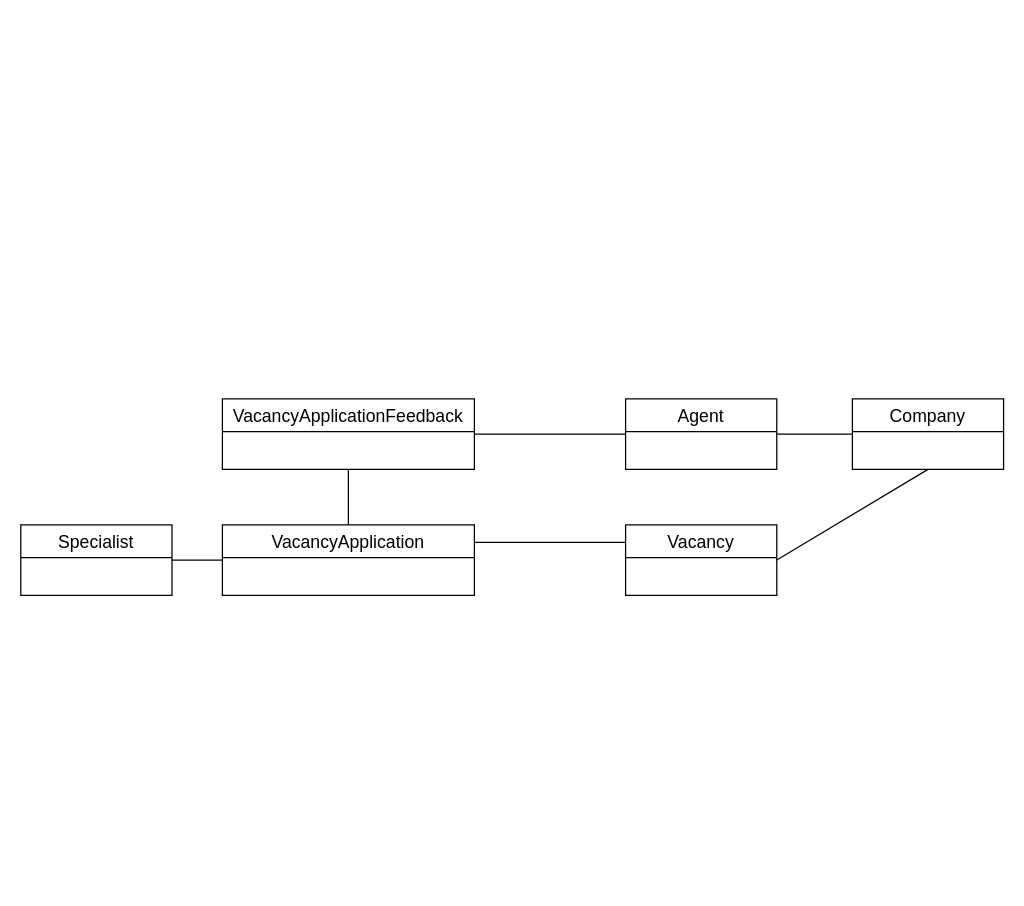
This is docs/BricsSocial_Domain.drawio from BricsSocial/BricsSocial-server, a draw.io file, before an edit. Source tidied: cells renumbered, new cells numbered last; positions are measured from the earlier drawing's top-left corner, leaving out a move shared by most shapes. Both pictures are drawn from the tidied source at 126%, with x=0, y=0 at pixel (20, 398).
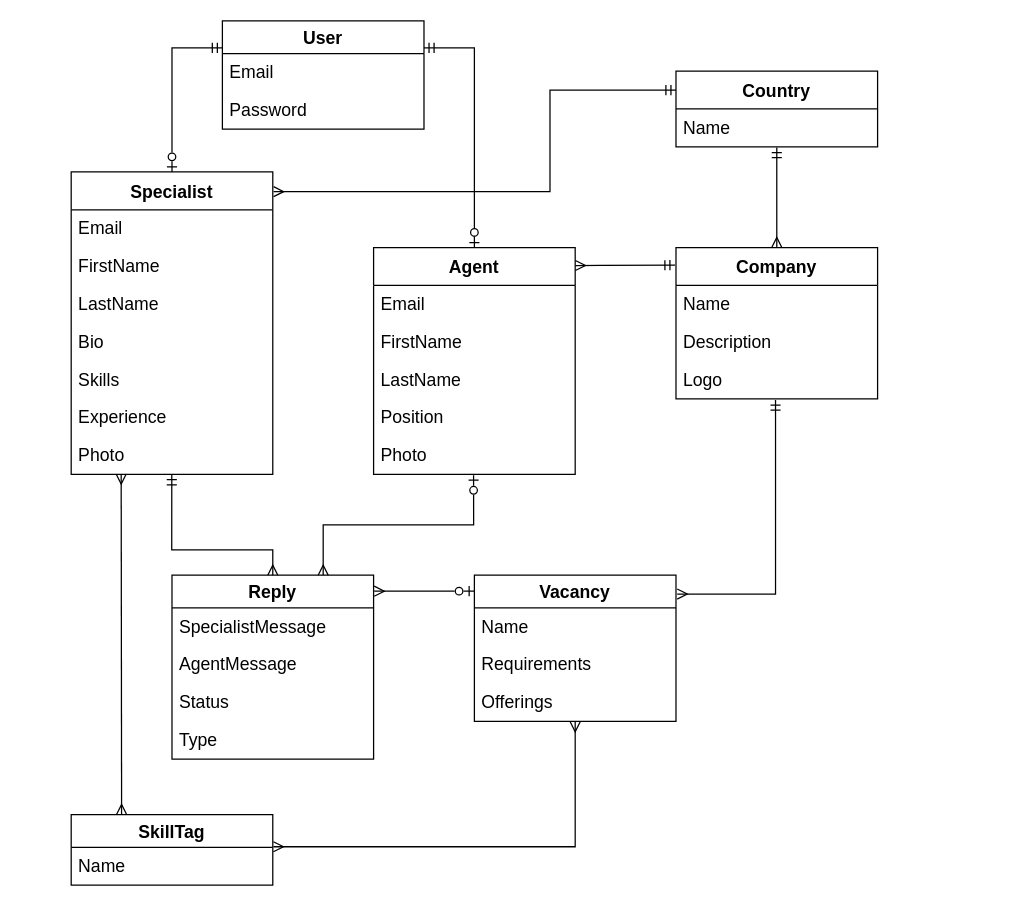
After the change.

What changed in the source:
```diff
@@
-    <mxCell id="0" />
-    <mxCell id="1" parent="0" />
+    <mxCell id="14" />
+    <mxCell id="15" parent="14" />
-    <mxCell id="2" value="Specialist" style="swimlane;fontStyle=0;horizontal=1;startSize=26;align=center;fontSize=14;" parent="1" vertex="1">
-      <mxGeometry y="100" width="120" height="56" as="geometry" />
+    <mxCell id="2" value="Specialist" style="swimlane;fontStyle=1;horizontal=1;startSize=30;align=center;fontSize=14;" parent="15" vertex="1">
+      <mxGeometry x="40" y="-180" width="160" height="240" as="geometry" />
     </mxCell>
+    <mxCell id="16" value="Email" style="text;strokeColor=none;fillColor=none;spacingLeft=4;spacingRight=4;overflow=hidden;fontSize=14;" parent="2" vertex="1">
+      <mxGeometry y="30" width="160" height="30" as="geometry" />
+    </mxCell>
+    <mxCell id="17" value="FirstName" style="text;strokeColor=none;fillColor=none;spacingLeft=4;spacingRight=4;overflow=hidden;fontSize=14;" parent="2" vertex="1">
+      <mxGeometry y="60" width="160" height="30" as="geometry" />
+    </mxCell>
+    <mxCell id="18" value="LastName" style="text;strokeColor=none;fillColor=none;spacingLeft=4;spacingRight=4;overflow=hidden;fontSize=14;" parent="2" vertex="1">
+      <mxGeometry y="90" width="160" height="30" as="geometry" />
+    </mxCell>
+    <mxCell id="19" value="Bio" style="text;strokeColor=none;fillColor=none;spacingLeft=4;spacingRight=4;overflow=hidden;fontSize=14;" parent="2" vertex="1">
+      <mxGeometry y="120" width="160" height="30" as="geometry" />
+    </mxCell>
+    <mxCell id="20" value="Skills" style="text;strokeColor=none;fillColor=none;spacingLeft=4;spacingRight=4;overflow=hidden;fontSize=14;" parent="2" vertex="1">
+      <mxGeometry y="150" width="160" height="30" as="geometry" />
+    </mxCell>
+    <mxCell id="21" value="Experience" style="text;strokeColor=none;fillColor=none;spacingLeft=4;spacingRight=4;overflow=hidden;fontSize=14;" parent="2" vertex="1">
+      <mxGeometry y="180" width="160" height="30" as="geometry" />
+    </mxCell>
+    <mxCell id="22" value="Photo" style="text;spacingLeft=4;spacingRight=4;overflow=hidden;points=[[0,0.5],[1,0.5]];portConstraint=eastwest;fontSize=14;" parent="2" vertex="1">
+      <mxGeometry y="210" width="160" height="30" as="geometry" />
+    </mxCell>
+    <mxCell id="6" value="Agent" style="swimlane;fontStyle=1;horizontal=1;startSize=30;align=center;fontSize=14;" parent="15" vertex="1">
+      <mxGeometry x="280" y="-120" width="160" height="180" as="geometry" />
+    </mxCell>
+    <mxCell id="23" value="Email" style="text;strokeColor=none;fillColor=none;spacingLeft=4;spacingRight=4;overflow=hidden;fontSize=14;" parent="6" vertex="1">
+      <mxGeometry y="30" width="160" height="30" as="geometry" />
+    </mxCell>
+    <mxCell id="24" value="FirstName" style="text;strokeColor=none;fillColor=none;spacingLeft=4;spacingRight=4;overflow=hidden;fontSize=14;" parent="6" vertex="1">
+      <mxGeometry y="60" width="160" height="30" as="geometry" />
+    </mxCell>
+    <mxCell id="25" value="LastName" style="text;strokeColor=none;fillColor=none;spacingLeft=4;spacingRight=4;overflow=hidden;fontSize=14;" parent="6" vertex="1">
+      <mxGeometry y="90" width="160" height="30" as="geometry" />
+    </mxCell>
+    <mxCell id="26" value="Position" style="text;spacingLeft=4;spacingRight=4;overflow=hidden;fontSize=14;" parent="6" vertex="1">
+      <mxGeometry y="120" width="160" height="30" as="geometry" />
+    </mxCell>
+    <mxCell id="27" value="Photo" style="text;spacingLeft=4;spacingRight=4;overflow=hidden;points=[[0,0.5],[1,0.5]];portConstraint=eastwest;fontSize=14;" parent="6" vertex="1">
+      <mxGeometry y="150" width="160" height="30" as="geometry" />
+    </mxCell>
+    <mxCell id="28" value="User" style="swimlane;fontStyle=1;horizontal=1;startSize=26;align=center;fontSize=14;" parent="15" vertex="1">
+      <mxGeometry x="160" y="-300" width="160" height="86" as="geometry" />
+    </mxCell>
+    <mxCell id="29" value="Email" style="text;spacingLeft=4;spacingRight=4;overflow=hidden;fontSize=14;" parent="28" vertex="1">
+      <mxGeometry y="26" width="160" height="30" as="geometry" />
+    </mxCell>
+    <mxCell id="30" value="Password" style="text;spacingLeft=4;spacingRight=4;overflow=hidden;fontSize=14;" parent="28" vertex="1">
+      <mxGeometry y="56" width="160" height="30" as="geometry" />
+    </mxCell>
+    <mxCell id="7" value="Company" style="swimlane;fontStyle=1;horizontal=1;startSize=30;align=center;fontSize=14;" parent="15" vertex="1">
+      <mxGeometry x="520" y="-120" width="160" height="120" as="geometry" />
+    </mxCell>
+    <mxCell id="31" value="Name" style="text;spacingLeft=4;spacingRight=4;overflow=hidden;fontSize=14;" parent="7" vertex="1">
+      <mxGeometry y="30" width="160" height="30" as="geometry" />
+    </mxCell>
+    <mxCell id="32" value="Description" style="text;spacingLeft=4;spacingRight=4;overflow=hidden;fontSize=14;" parent="7" vertex="1">
+      <mxGeometry y="60" width="160" height="30" as="geometry" />
+    </mxCell>
+    <mxCell id="33" value="Logo" style="text;spacingLeft=4;spacingRight=4;overflow=hidden;points=[[0,0.5],[1,0.5]];portConstraint=eastwest;fontSize=14;" parent="7" vertex="1">
+      <mxGeometry y="90" width="160" height="30" as="geometry" />
+    </mxCell>
-    <mxCell id="3" value="Vacancy" style="swimlane;fontStyle=0;horizontal=1;startSize=26;align=center;fontSize=14;" parent="1" vertex="1">
-      <mxGeometry x="480" y="100" width="120" height="56" as="geometry" />
+    <mxCell id="3" value="Vacancy" style="swimlane;fontStyle=1;horizontal=1;startSize=26;align=center;fontSize=14;swimlaneFillColor=none;" parent="15" vertex="1">
+      <mxGeometry x="360" y="140" width="160" height="116" as="geometry" />
     </mxCell>
-    <mxCell id="4" value="VacancyApplication" style="swimlane;fontStyle=0;horizontal=1;startSize=26;align=center;fontSize=14;" parent="1" vertex="1">
-      <mxGeometry x="160" y="100" width="200" height="56" as="geometry" />
-    </mxCell>
-    <mxCell id="5" value="VacancyApplicationFeedback" style="swimlane;fontStyle=0;horizontal=1;startSize=26;align=center;fontSize=14;" parent="1" vertex="1">
-      <mxGeometry x="160" width="200" height="56" as="geometry" />
-    </mxCell>
-    <mxCell id="6" value="Agent" style="swimlane;fontStyle=0;horizontal=1;startSize=26;align=center;fontSize=14;" parent="1" vertex="1">
-      <mxGeometry x="480" width="120" height="56" as="geometry" />
-    </mxCell>
-    <mxCell id="7" value="Company" style="swimlane;fontStyle=0;horizontal=1;startSize=26;align=center;fontSize=14;" parent="1" vertex="1">
-      <mxGeometry x="660" width="120" height="56" as="geometry" />
-    </mxCell>
-    <mxCell id="8" style="endArrow=none;html=1;rounded=0;exitX=1;exitY=0.25;exitDx=0;exitDy=0;entryX=0;entryY=0.25;entryDx=0;entryDy=0;" parent="1" edge="1" source="4" target="3">
-      <mxGeometry relative="1" as="geometry" />
-    </mxCell>
-    <mxCell id="9" style="endArrow=none;html=1;rounded=0;exitX=1;exitY=0.5;exitDx=0;exitDy=0;entryX=0;entryY=0.5;entryDx=0;entryDy=0;" parent="1" edge="1" source="2" target="4">
-      <mxGeometry relative="1" as="geometry" />
-    </mxCell>
-    <mxCell id="10" style="endArrow=none;html=1;rounded=0;exitX=0.5;exitY=1;exitDx=0;exitDy=0;entryX=0.5;entryY=0;entryDx=0;entryDy=0;" parent="1" edge="1" source="5" target="4">
-      <mxGeometry relative="1" as="geometry" />
-    </mxCell>
-    <mxCell id="11" style="endArrow=none;html=1;rounded=0;exitX=1;exitY=0.5;exitDx=0;exitDy=0;entryX=0;entryY=0.5;entryDx=0;entryDy=0;" parent="1" edge="1" source="5" target="6">
-      <mxGeometry relative="1" as="geometry" />
-    </mxCell>
+    <mxCell id="34" value="Name" style="text;spacingLeft=4;spacingRight=4;overflow=hidden;fontSize=14;swimlaneFillColor=none;" parent="3" vertex="1">
+      <mxGeometry y="26" width="160" height="30" as="geometry" />
+    </mxCell>
+    <mxCell id="35" value="Requirements" style="text;spacingLeft=4;spacingRight=4;overflow=hidden;fontSize=14;swimlaneFillColor=none;" parent="3" vertex="1">
+      <mxGeometry y="56" width="160" height="30" as="geometry" />
+    </mxCell>
+    <mxCell id="36" value="Offerings" style="text;spacingLeft=4;spacingRight=4;overflow=hidden;points=[[0,0.5],[1,0.5]];portConstraint=eastwest;fontSize=14;swimlaneFillColor=none;" parent="3" vertex="1">
+      <mxGeometry y="86" width="160" height="30" as="geometry" />
+    </mxCell>
+    <mxCell id="37" style="edgeStyle=elbowEdgeStyle;fontSize=14;html=1;endArrow=ERmandOne;startArrow=ERmany;rounded=0;exitX=1.006;exitY=0.129;exitDx=0;exitDy=0;exitPerimeter=0;startFill=0;endFill=0;entryX=0.494;entryY=1.033;entryDx=0;entryDy=0;entryPerimeter=0;" parent="15" edge="1" source="3" target="33">
+      <mxGeometry relative="1" as="geometry">
+        <Array as="points">
+          <mxPoint x="599" y="100" />
+        </Array>
+      </mxGeometry>
+    </mxCell>
+    <mxCell id="38" value="Reply" style="swimlane;fontStyle=1;horizontal=1;startSize=26;align=center;fontSize=14;" parent="15" vertex="1">
+      <mxGeometry x="120" y="140" width="160" height="146" as="geometry" />
+    </mxCell>
+    <mxCell id="39" value="SpecialistMessage" style="text;spacingLeft=4;spacingRight=4;overflow=hidden;fontSize=14;" parent="38" vertex="1">
+      <mxGeometry y="26" width="160" height="30" as="geometry" />
+    </mxCell>
+    <mxCell id="40" value="AgentMessage" style="text;spacingLeft=4;spacingRight=4;overflow=hidden;fontSize=14;" parent="38" vertex="1">
+      <mxGeometry y="56" width="160" height="30" as="geometry" />
+    </mxCell>
+    <mxCell id="41" value="Status" style="text;spacingLeft=4;spacingRight=4;overflow=hidden;fontSize=14;" parent="38" vertex="1">
+      <mxGeometry y="86" width="160" height="30" as="geometry" />
+    </mxCell>
+    <mxCell id="42" value="Type" style="text;spacingLeft=4;spacingRight=4;overflow=hidden;fontSize=14;" parent="38" vertex="1">
+      <mxGeometry y="116" width="160" height="30" as="geometry" />
+    </mxCell>
+    <mxCell id="43" style="endArrow=ERmandOne;html=1;rounded=0;exitX=0.5;exitY=0;exitDx=0;exitDy=0;edgeStyle=elbowEdgeStyle;startArrow=ERzeroToOne;startFill=0;endFill=0;entryX=0;entryY=0.25;entryDx=0;entryDy=0;fontSize=14;" parent="15" edge="1" source="2" target="28">
+      <mxGeometry relative="1" as="geometry">
+        <Array as="points">
+          <mxPoint x="120" y="-230" />
+        </Array>
+      </mxGeometry>
+    </mxCell>
+    <mxCell id="44" style="endArrow=ERmandOne;html=1;rounded=0;entryX=1;entryY=0.25;entryDx=0;entryDy=0;exitX=0.5;exitY=0;exitDx=0;exitDy=0;edgeStyle=elbowEdgeStyle;startArrow=ERzeroToOne;startFill=0;endFill=0;fontSize=14;" parent="15" edge="1" source="6" target="28">
+      <mxGeometry relative="1" as="geometry">
+        <Array as="points">
+          <mxPoint x="360" y="-170" />
+        </Array>
+      </mxGeometry>
+    </mxCell>
-    <mxCell id="12" style="endArrow=none;html=1;rounded=0;exitX=1;exitY=0.5;exitDx=0;exitDy=0;entryX=0;entryY=0.5;entryDx=0;entryDy=0;" parent="1" edge="1" source="6" target="7">
-      <mxGeometry relative="1" as="geometry" />
+    <mxCell id="12" style="endArrow=ERmandOne;html=1;rounded=0;entryX=-0.005;entryY=0.116;entryDx=0;entryDy=0;startArrow=ERmany;startFill=0;endFill=0;fontSize=14;edgeStyle=orthogonalEdgeStyle;exitX=1.001;exitY=0.079;exitDx=0;exitDy=0;exitPerimeter=0;entryPerimeter=0;" parent="15" edge="1" source="6" target="7">
+      <mxGeometry relative="1" as="geometry">
+        <Array as="points">
+          <mxPoint x="460" y="-106" />
+          <mxPoint x="519" y="-106" />
+        </Array>
+      </mxGeometry>
     </mxCell>
-    <mxCell id="13" style="endArrow=none;html=1;rounded=0;exitX=1;exitY=0.5;exitDx=0;exitDy=0;entryX=0.5;entryY=1;entryDx=0;entryDy=0;" parent="1" edge="1" source="3" target="7">
-      <mxGeometry relative="1" as="geometry" />
-    </mxCell>
+    <mxCell id="45" value="Country" style="swimlane;fontStyle=1;horizontal=1;startSize=30;align=center;fontSize=14;" parent="15" vertex="1">
+      <mxGeometry x="520" y="-260" width="160" height="60" as="geometry" />
+    </mxCell>
+    <mxCell id="46" value="Name" style="text;spacingLeft=4;spacingRight=4;overflow=hidden;points=[[0,0.5],[1,0.5]];portConstraint=eastwest;fontSize=14;" parent="45" vertex="1">
+      <mxGeometry y="30" width="160" height="30" as="geometry" />
+    </mxCell>
+    <mxCell id="47" style="endArrow=ERmandOne;html=1;rounded=0;edgeStyle=orthogonalEdgeStyle;exitX=1.004;exitY=0.065;exitDx=0;exitDy=0;exitPerimeter=0;entryX=0;entryY=0.25;entryDx=0;entryDy=0;startArrow=ERmany;startFill=0;endFill=0;" parent="15" edge="1" source="2" target="45">
+      <mxGeometry relative="1" as="geometry">
+        <Array as="points">
+          <mxPoint x="420" y="-164" />
+          <mxPoint x="420" y="-245" />
+        </Array>
+      </mxGeometry>
+    </mxCell>
+    <mxCell id="48" style="endArrow=ERmandOne;html=1;rounded=0;edgeStyle=orthogonalEdgeStyle;exitX=0.5;exitY=0;exitDx=0;exitDy=0;entryX=0.5;entryY=1.021;entryDx=0;entryDy=0;entryPerimeter=0;startArrow=ERmany;startFill=0;endFill=0;" parent="15" edge="1" source="7" target="46">
+      <mxGeometry relative="1" as="geometry" />
+    </mxCell>
+    <mxCell id="49" style="endArrow=ERmandOne;html=1;rounded=0;fontSize=14;edgeStyle=orthogonalEdgeStyle;entryX=0.499;entryY=1.008;entryDx=0;entryDy=0;entryPerimeter=0;exitX=0.5;exitY=0;exitDx=0;exitDy=0;startArrow=ERmany;startFill=0;endFill=0;" parent="15" edge="1" source="38" target="22">
+      <mxGeometry relative="1" as="geometry">
+        <Array as="points">
+          <mxPoint x="120" y="120" />
+        </Array>
+      </mxGeometry>
+    </mxCell>
+    <mxCell id="50" style="endArrow=ERmany;html=1;rounded=0;fontSize=14;edgeStyle=orthogonalEdgeStyle;entryX=0.75;entryY=0;entryDx=0;entryDy=0;exitX=0.496;exitY=1.02;exitDx=0;exitDy=0;exitPerimeter=0;endFill=0;startArrow=ERzeroToOne;startFill=0;" parent="15" edge="1" source="27" target="38">
+      <mxGeometry relative="1" as="geometry" />
+    </mxCell>
+    <mxCell id="51" style="endArrow=ERzeroToOne;html=1;rounded=0;fontSize=14;edgeStyle=orthogonalEdgeStyle;exitX=1.003;exitY=0.087;exitDx=0;exitDy=0;exitPerimeter=0;startArrow=ERmany;startFill=0;endFill=0;entryX=-0.001;entryY=0.109;entryDx=0;entryDy=0;entryPerimeter=0;" parent="15" edge="1" source="38" target="3">
+      <mxGeometry relative="1" as="geometry">
+        <Array as="points">
+          <mxPoint x="320" y="153" />
+        </Array>
+      </mxGeometry>
+    </mxCell>
+    <mxCell id="52" value="SkillTag" style="swimlane;fontStyle=1;horizontal=1;startSize=26;align=center;fontSize=14;" parent="15" vertex="1">
+      <mxGeometry x="40" y="330" width="160" height="56" as="geometry" />
+    </mxCell>
+    <mxCell id="53" value="Name" style="text;spacingLeft=4;spacingRight=4;overflow=hidden;points=[[0,0.5],[1,0.5]];portConstraint=eastwest;fontSize=14;" parent="52" vertex="1">
+      <mxGeometry y="26" width="160" height="30" as="geometry" />
+    </mxCell>
+    <mxCell id="54" style="edgeStyle=elbowEdgeStyle;fontSize=14;html=1;endArrow=ERmany;startArrow=ERmany;rounded=0;exitX=1.003;exitY=-0.016;exitDx=0;exitDy=0;exitPerimeter=0;startFill=0;endFill=0;entryX=0.5;entryY=1.009;entryDx=0;entryDy=0;entryPerimeter=0;" parent="15" edge="1" source="53" target="36">
+      <mxGeometry relative="1" as="geometry">
+        <Array as="points">
+          <mxPoint x="440" y="310" />
+        </Array>
+      </mxGeometry>
+    </mxCell>
+    <mxCell id="55" style="edgeStyle=elbowEdgeStyle;fontSize=14;html=1;endArrow=ERmany;startArrow=ERmany;rounded=0;exitX=0.248;exitY=0.989;exitDx=0;exitDy=0;exitPerimeter=0;startFill=0;endFill=0;entryX=0.25;entryY=0;entryDx=0;entryDy=0;" parent="15" edge="1" source="22" target="52">
+      <mxGeometry relative="1" as="geometry">
+        <Array as="points">
+          <mxPoint x="80" y="190" />
+        </Array>
+      </mxGeometry>
+    </mxCell>
```
